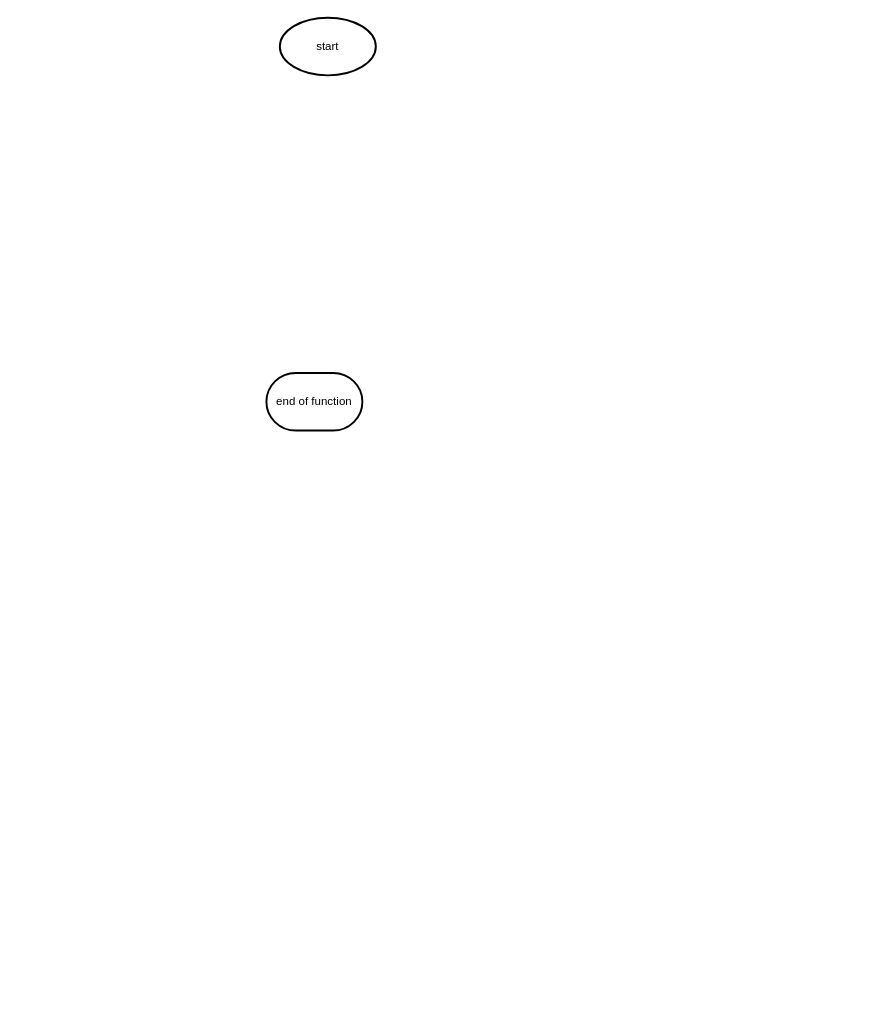
The draw.io diagram design/flowchart.drawio in Ethan-Prieur1/ics4u-assignment2-typescript, before the edit. Source tidied: cells renumbered, new cells numbered last; positions are measured from the earlier drawing's top-left corner, leaving out a move shared by most shapes. Both pictures are drawn from the tidied source at 96%, with x=0, y=0 at pixel (266, 17).
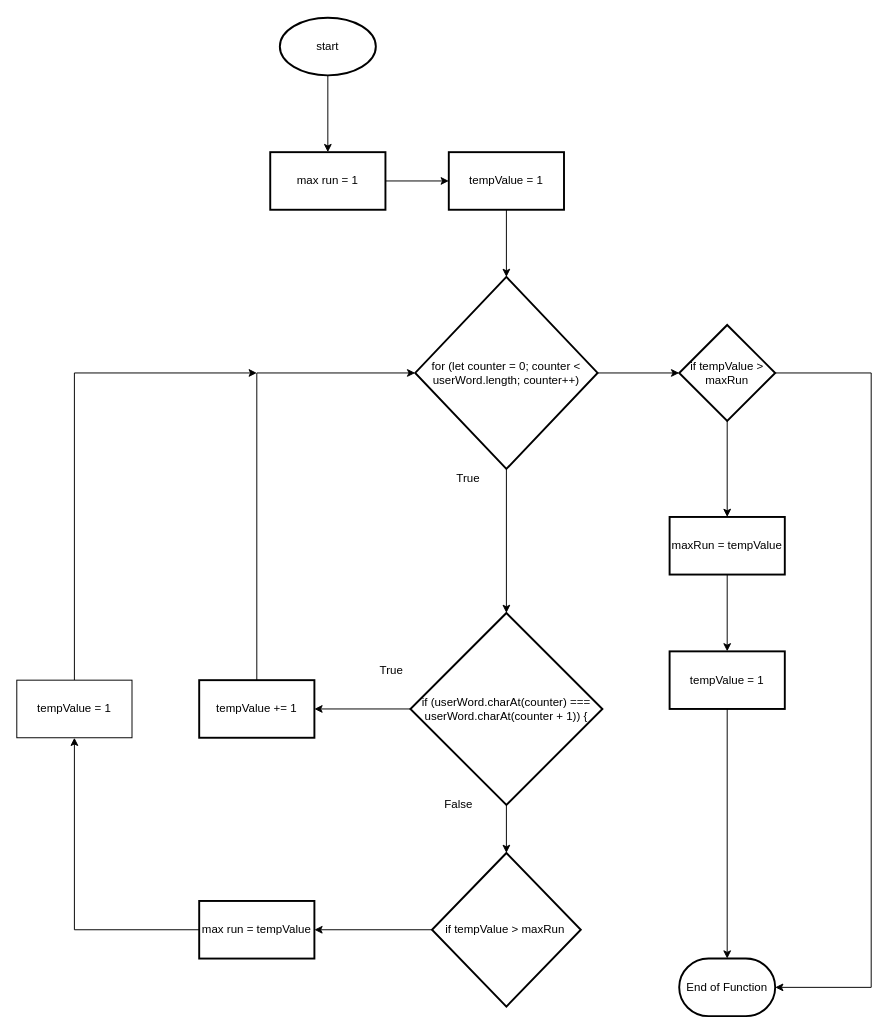
The same page after the edit.

Unchanged cells that the change refers to:
```xml
<mxCell id="2" value="start" style="strokeWidth=2;html=1;shape=mxgraph.flowchart.start_1;whiteSpace=wrap;" parent="1" vertex="1">
  <mxGeometry x="14" width="100" height="60" as="geometry" />
</mxCell>
```

Change to the diagram source:
```diff
@@
+    <mxCell id="4" style="edgeStyle=none;html=1;" parent="1" edge="1" source="2" target="6">
+      <mxGeometry relative="1" as="geometry" />
+    </mxCell>
@@
-    <mxCell id="3" value="end of function" style="strokeWidth=2;html=1;shape=mxgraph.flowchart.terminator;whiteSpace=wrap;" parent="1" vertex="1">
-      <mxGeometry y="370" width="100" height="60" as="geometry" />
+    <mxCell id="3" value="End of Function" style="strokeWidth=2;html=1;shape=mxgraph.flowchart.terminator;whiteSpace=wrap;" parent="1" vertex="1">
+      <mxGeometry x="430" y="980" width="100" height="60" as="geometry" />
     </mxCell>
+    <mxCell id="5" style="edgeStyle=none;html=1;" parent="1" edge="1" source="6" target="8">
+      <mxGeometry relative="1" as="geometry" />
+    </mxCell>
+    <mxCell id="6" value="max run = 1" style="whiteSpace=wrap;html=1;strokeWidth=2;" parent="1" vertex="1">
+      <mxGeometry x="4" y="140" width="120" height="60" as="geometry" />
+    </mxCell>
+    <mxCell id="7" style="edgeStyle=none;html=1;" parent="1" edge="1" source="8" target="11">
+      <mxGeometry relative="1" as="geometry" />
+    </mxCell>
+    <mxCell id="8" value="tempValue = 1" style="whiteSpace=wrap;html=1;strokeWidth=2;" parent="1" vertex="1">
+      <mxGeometry x="190" y="140" width="120" height="60" as="geometry" />
+    </mxCell>
+    <mxCell id="9" style="edgeStyle=none;html=1;" parent="1" edge="1" source="11">
+      <mxGeometry relative="1" as="geometry">
+        <mxPoint x="250" y="620" as="targetPoint" />
+      </mxGeometry>
+    </mxCell>
+    <mxCell id="10" style="edgeStyle=none;rounded=0;html=1;" parent="1" edge="1" source="11" target="28">
+      <mxGeometry relative="1" as="geometry" />
+    </mxCell>
+    <mxCell id="11" value="for&amp;nbsp;(let counter = 0; counter &amp;lt; userWord.length; counter++)" style="rhombus;whiteSpace=wrap;html=1;strokeWidth=2;" parent="1" vertex="1">
+      <mxGeometry x="155" y="270" width="190" height="200" as="geometry" />
+    </mxCell>
+    <mxCell id="12" style="edgeStyle=none;html=1;" parent="1" edge="1" source="14" target="16">
+      <mxGeometry relative="1" as="geometry" />
+    </mxCell>
+    <mxCell id="13" style="edgeStyle=none;rounded=0;html=1;" parent="1" edge="1" source="14" target="18">
+      <mxGeometry relative="1" as="geometry" />
+    </mxCell>
+    <mxCell id="14" value="if (userWord.charAt(counter) === userWord.charAt(counter + 1)) {" style="strokeWidth=2;html=1;shape=mxgraph.flowchart.decision;whiteSpace=wrap;" parent="1" vertex="1">
+      <mxGeometry x="150" y="620" width="200" height="200" as="geometry" />
+    </mxCell>
+    <mxCell id="15" style="edgeStyle=none;html=1;entryX=0;entryY=0.5;entryDx=0;entryDy=0;rounded=0;" parent="1" edge="1" source="16" target="11">
+      <mxGeometry relative="1" as="geometry">
+        <Array as="points">
+          <mxPoint x="-10" y="370" />
+        </Array>
+      </mxGeometry>
+    </mxCell>
+    <mxCell id="16" value="tempValue += 1" style="whiteSpace=wrap;html=1;strokeWidth=2;" parent="1" vertex="1">
+      <mxGeometry x="-70" y="690" width="120" height="60" as="geometry" />
+    </mxCell>
+    <mxCell id="17" style="edgeStyle=none;rounded=0;html=1;" parent="1" edge="1" source="18" target="23">
+      <mxGeometry relative="1" as="geometry" />
+    </mxCell>
+    <mxCell id="18" value="if tempValue &amp;gt; maxRun&amp;nbsp;" style="strokeWidth=2;html=1;shape=mxgraph.flowchart.decision;whiteSpace=wrap;" parent="1" vertex="1">
+      <mxGeometry x="172.5" y="870" width="155" height="160" as="geometry" />
+    </mxCell>
+    <mxCell id="19" value="True" style="text;html=1;align=center;verticalAlign=middle;strokeColor=none;fillColor=none;" parent="1" vertex="1">
+      <mxGeometry x="110" y="670" width="40" height="20" as="geometry" />
+    </mxCell>
+    <mxCell id="20" value="False" style="text;html=1;align=center;verticalAlign=middle;strokeColor=none;fillColor=none;" parent="1" vertex="1">
+      <mxGeometry x="180" y="810" width="40" height="20" as="geometry" />
+    </mxCell>
+    <mxCell id="21" value="True" style="text;html=1;align=center;verticalAlign=middle;strokeColor=none;fillColor=none;" parent="1" vertex="1">
+      <mxGeometry x="190" y="470" width="40" height="20" as="geometry" />
+    </mxCell>
+    <mxCell id="22" style="edgeStyle=none;rounded=0;html=1;entryX=0.5;entryY=1;entryDx=0;entryDy=0;" parent="1" edge="1" source="23" target="25">
+      <mxGeometry relative="1" as="geometry">
+        <Array as="points">
+          <mxPoint x="-200" y="950" />
+        </Array>
+      </mxGeometry>
+    </mxCell>
+    <mxCell id="23" value="max run = tempValue" style="whiteSpace=wrap;html=1;strokeWidth=2;" parent="1" vertex="1">
+      <mxGeometry x="-70" y="920" width="120" height="60" as="geometry" />
+    </mxCell>
+    <mxCell id="24" style="edgeStyle=none;rounded=0;html=1;" parent="1" edge="1" source="25">
+      <mxGeometry relative="1" as="geometry">
+        <mxPoint x="-10" y="370" as="targetPoint" />
+        <Array as="points">
+          <mxPoint x="-200" y="370" />
+        </Array>
+      </mxGeometry>
+    </mxCell>
+    <mxCell id="25" value="tempValue = 1" style="rounded=0;whiteSpace=wrap;html=1;" parent="1" vertex="1">
+      <mxGeometry x="-260" y="690" width="120" height="60" as="geometry" />
+    </mxCell>
+    <mxCell id="26" style="edgeStyle=none;rounded=0;html=1;" parent="1" edge="1" source="28" target="30">
+      <mxGeometry relative="1" as="geometry" />
+    </mxCell>
+    <mxCell id="27" style="edgeStyle=none;rounded=0;html=1;entryX=1;entryY=0.5;entryDx=0;entryDy=0;entryPerimeter=0;" parent="1" edge="1" source="28" target="3">
+      <mxGeometry relative="1" as="geometry">
+        <Array as="points">
+          <mxPoint x="630" y="370" />
+          <mxPoint x="630" y="1010" />
+        </Array>
+      </mxGeometry>
+    </mxCell>
+    <mxCell id="28" value="if tempValue &amp;gt; maxRun" style="strokeWidth=2;html=1;shape=mxgraph.flowchart.decision;whiteSpace=wrap;" parent="1" vertex="1">
+      <mxGeometry x="430" y="320" width="100" height="100" as="geometry" />
+    </mxCell>
+    <mxCell id="29" style="edgeStyle=none;rounded=0;html=1;" parent="1" edge="1" source="30" target="32">
+      <mxGeometry relative="1" as="geometry" />
+    </mxCell>
+    <mxCell id="30" value="maxRun = tempValue" style="whiteSpace=wrap;html=1;strokeWidth=2;" parent="1" vertex="1">
+      <mxGeometry x="420" y="520" width="120" height="60" as="geometry" />
+    </mxCell>
+    <mxCell id="31" style="edgeStyle=none;rounded=0;html=1;entryX=0.5;entryY=0;entryDx=0;entryDy=0;entryPerimeter=0;" parent="1" edge="1" source="32" target="3">
+      <mxGeometry relative="1" as="geometry" />
+    </mxCell>
+    <mxCell id="32" value="tempValue = 1" style="whiteSpace=wrap;html=1;strokeWidth=2;" parent="1" vertex="1">
+      <mxGeometry x="420" y="660" width="120" height="60" as="geometry" />
+    </mxCell>
```
